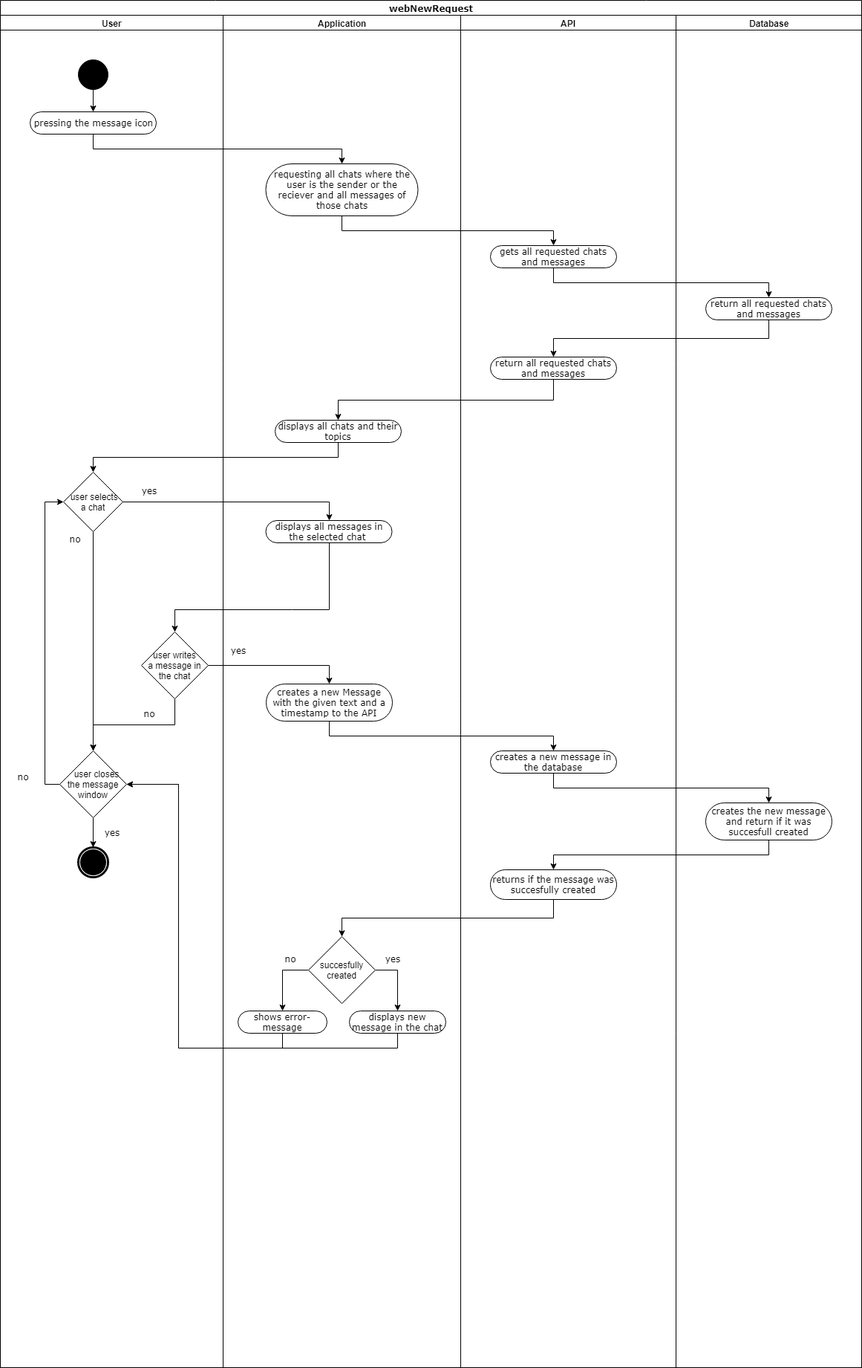
The draw.io diagram recources/UseCases/webMessages/webMessage.png in KeepThings/KeepThingsWeb, before a commit. Source tidied: cells renumbered, new cells last; positions are measured from the earlier drawing's top-left corner, leaving out a move shared by most shapes.
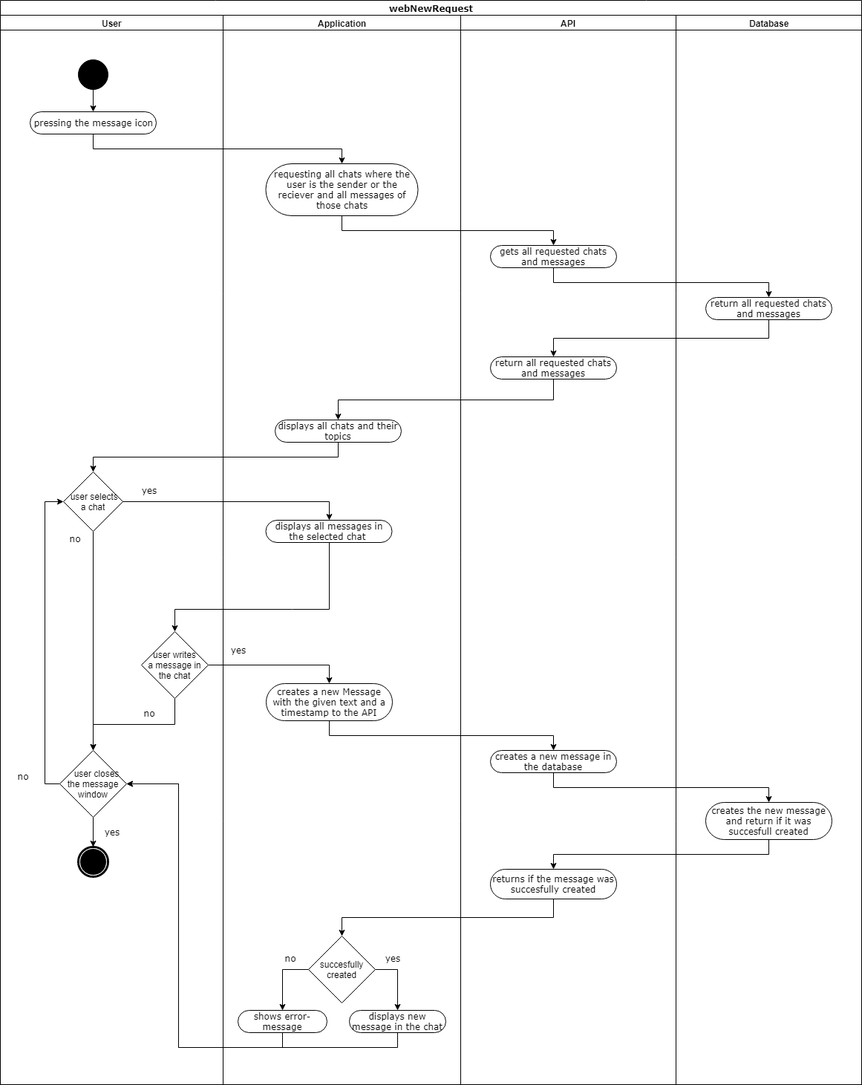
Later version of the same file.

Change to the diagram source:
```diff
@@ -3,10 +3,10 @@
     <mxCell id="0" />
     <mxCell id="1" parent="0" />
     <mxCell id="2" value="webNewRequest" style="swimlane;html=1;startSize=20;rounded=0;shadow=0;comic=0;labelBackgroundColor=none;strokeColor=#000000;strokeWidth=1;fillColor=#ffffff;fontFamily=Verdana;fontSize=12;fontColor=#000000;align=center;" parent="1" vertex="1">
-      <mxGeometry width="1160" height="1840" as="geometry" />
+      <mxGeometry width="1160" height="1460" as="geometry" />
     </mxCell>
-    <mxCell id="3" value="User" style="swimlane;html=1;startSize=20;" parent="2" vertex="1">
-      <mxGeometry y="20" width="300" height="1820" as="geometry" />
+    <mxCell id="3" value="User" style="swimlane;html=1;startSize=20;strokeWidth=1;" parent="2" vertex="1">
+      <mxGeometry y="20" width="300" height="1440" as="geometry" />
     </mxCell>
     <mxCell id="4" value="pressing the message icon" style="rounded=1;whiteSpace=wrap;html=1;shadow=0;comic=0;labelBackgroundColor=none;strokeColor=#000000;strokeWidth=1;fillColor=#ffffff;fontFamily=Verdana;fontSize=12;fontColor=#000000;align=center;arcSize=50;" parent="3" vertex="1">
       <mxGeometry x="40" y="130" width="170" height="30" as="geometry" />
@@ -56,8 +56,8 @@
     <mxCell id="19" style="shape=mxgraph.bpmn.shape;html=1;verticalLabelPosition=bottom;labelBackgroundColor=#ffffff;verticalAlign=top;perimeter=ellipsePerimeter;outline=end;symbol=terminate;rounded=0;shadow=0;comic=0;strokeColor=#000000;strokeWidth=1;fillColor=#ffffff;fontFamily=Verdana;fontSize=12;fontColor=#000000;align=center;" parent="3" vertex="1">
       <mxGeometry x="105" y="1120" width="40" height="40" as="geometry" />
     </mxCell>
-    <mxCell id="20" value="Application&lt;br&gt;" style="swimlane;html=1;startSize=20;" parent="2" vertex="1">
-      <mxGeometry x="300" y="20" width="320" height="1820" as="geometry" />
+    <mxCell id="20" value="Application&lt;br&gt;" style="swimlane;html=1;startSize=20;strokeWidth=1;" parent="2" vertex="1">
+      <mxGeometry x="300" y="20" width="320" height="1440" as="geometry" />
     </mxCell>
     <mxCell id="21" value="requesting all chats where the user is the sender or the reciever and all messages of those chats" style="rounded=1;whiteSpace=wrap;html=1;shadow=0;comic=0;labelBackgroundColor=none;strokeColor=#000000;strokeWidth=1;fillColor=#ffffff;fontFamily=Verdana;fontSize=12;fontColor=#000000;align=center;arcSize=50;" parent="20" vertex="1">
       <mxGeometry x="57.5" y="200" width="205" height="70" as="geometry" />
@@ -104,8 +104,8 @@
     <mxCell id="35" style="edgeStyle=orthogonalEdgeStyle;rounded=0;jettySize=auto;html=1;exitX=0.5;exitY=1;exitDx=0;exitDy=0;entryX=0.5;entryY=0;entryDx=0;entryDy=0;strokeWidth=1;" parent="2" edge="1" source="40" target="28">
       <mxGeometry relative="1" as="geometry" />
     </mxCell>
-    <mxCell id="36" value="API" style="swimlane;html=1;startSize=20;" parent="2" vertex="1">
-      <mxGeometry x="620" y="20" width="290" height="1820" as="geometry" />
+    <mxCell id="36" value="API" style="swimlane;html=1;startSize=20;strokeWidth=1;" parent="2" vertex="1">
+      <mxGeometry x="620" y="20" width="290" height="1440" as="geometry" />
     </mxCell>
     <mxCell id="37" value="gets all requested chats and messages" style="rounded=1;whiteSpace=wrap;html=1;shadow=0;comic=0;labelBackgroundColor=none;strokeColor=#000000;strokeWidth=1;fillColor=#ffffff;fontFamily=Verdana;fontSize=12;fontColor=#000000;align=center;arcSize=50;" parent="36" vertex="1">
       <mxGeometry x="40" y="310" width="170" height="30" as="geometry" />
@@ -119,8 +119,8 @@
     <mxCell id="40" value="returns if the message was succesfully created" style="rounded=1;whiteSpace=wrap;html=1;shadow=0;comic=0;labelBackgroundColor=none;strokeColor=#000000;strokeWidth=1;fillColor=#ffffff;fontFamily=Verdana;fontSize=12;fontColor=#000000;align=center;arcSize=50;" parent="36" vertex="1">
       <mxGeometry x="40" y="1150" width="170" height="40" as="geometry" />
     </mxCell>
-    <mxCell id="41" value="Database" style="swimlane;html=1;startSize=20;" parent="2" vertex="1">
-      <mxGeometry x="910" y="20" width="250" height="1820" as="geometry" />
+    <mxCell id="41" value="Database" style="swimlane;html=1;startSize=20;strokeWidth=1;" parent="2" vertex="1">
+      <mxGeometry x="910" y="20" width="250" height="1440" as="geometry" />
     </mxCell>
     <mxCell id="42" value="return all requested chats and messages" style="rounded=1;whiteSpace=wrap;html=1;shadow=0;comic=0;labelBackgroundColor=none;strokeColor=#000000;strokeWidth=1;fillColor=#ffffff;fontFamily=Verdana;fontSize=12;fontColor=#000000;align=center;arcSize=50;" parent="41" vertex="1">
       <mxGeometry x="40" y="380" width="170" height="30" as="geometry" />
```
